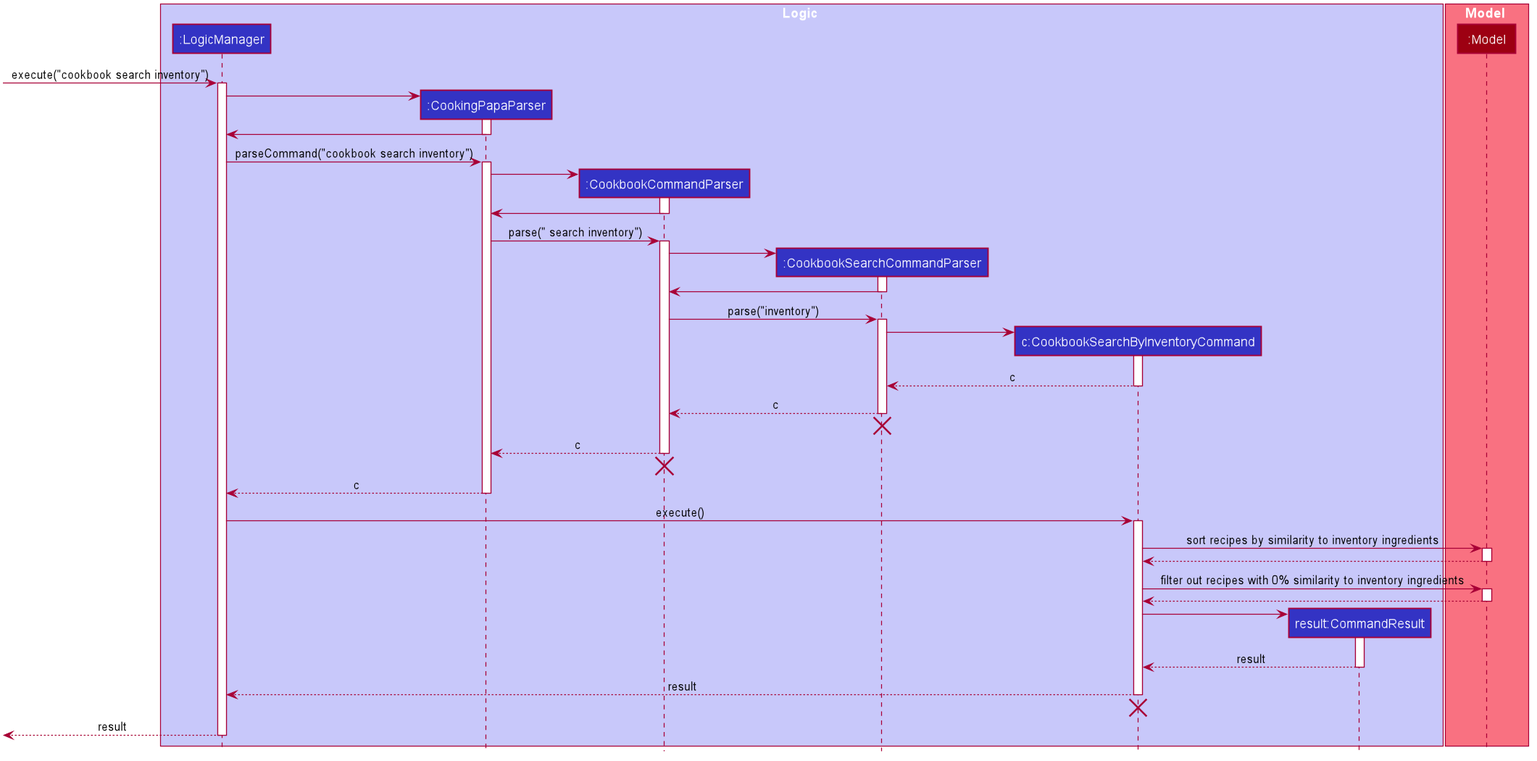
Earlier version of the PlantUML export docs/images/CookbookSearchByInventorySequenceDiagram.png (tzihiang/main).
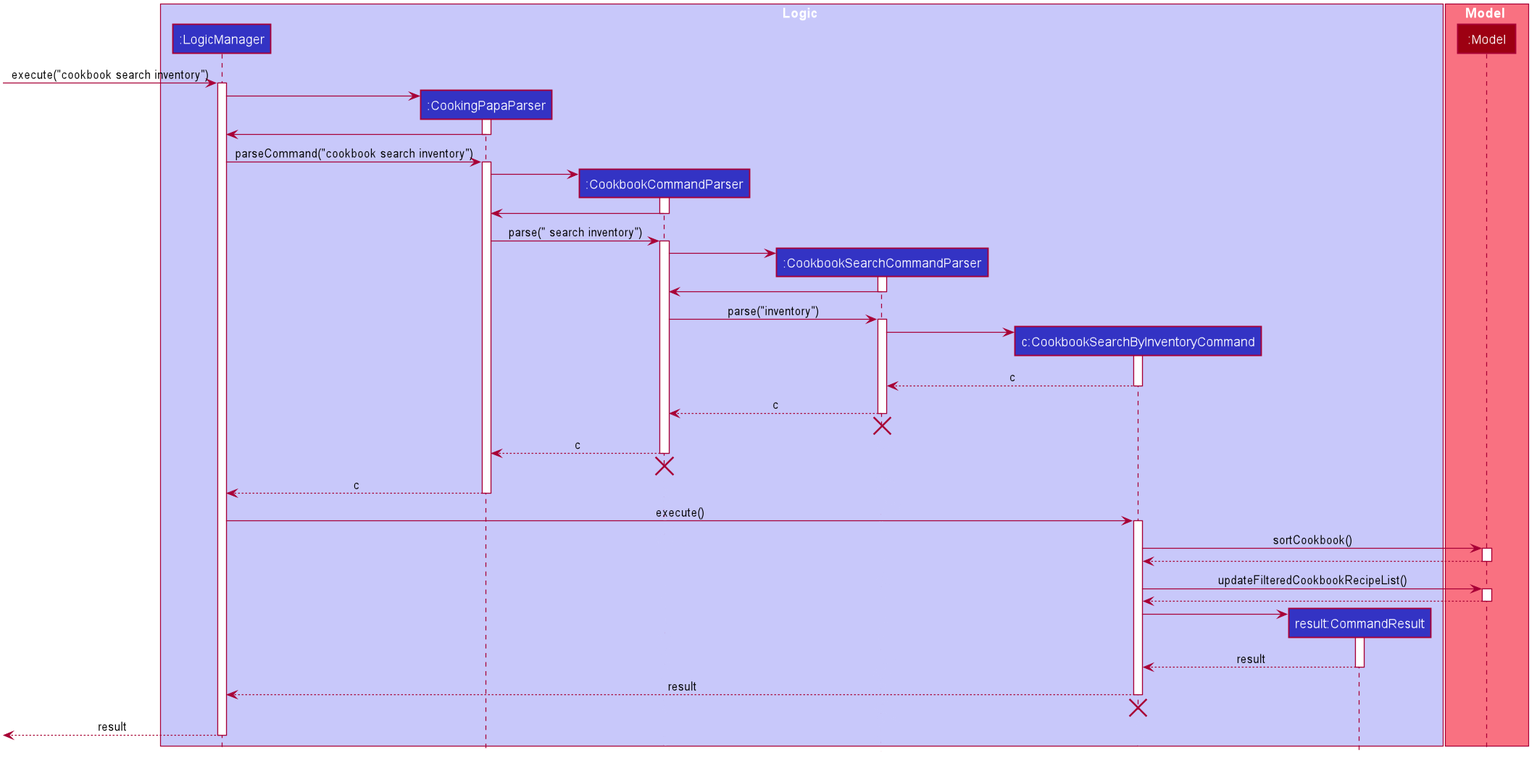
After the change.

Commit message:
Update activity diagram

The edit, as a diff of the source:
```diff
@@ -117,13 +117,13 @@
 LogicManager -> CookbookSearchByInventoryCommand : execute()
 activate CookbookSearchByInventoryCommand
 
-CookbookSearchByInventoryCommand -> Model : sort recipes by similarity to inventory ingredients
+CookbookSearchByInventoryCommand -> Model : sortCookbook()
 activate Model
 
 Model --> CookbookSearchByInventoryCommand
 deactivate Model
 
-CookbookSearchByInventoryCommand -> Model : filter out recipes with 0% similarity to inventory ingredients
+CookbookSearchByInventoryCommand -> Model : updateFilteredCookbookRecipeList()
 activate Model
 
 Model --> CookbookSearchByInventoryCommand
```
